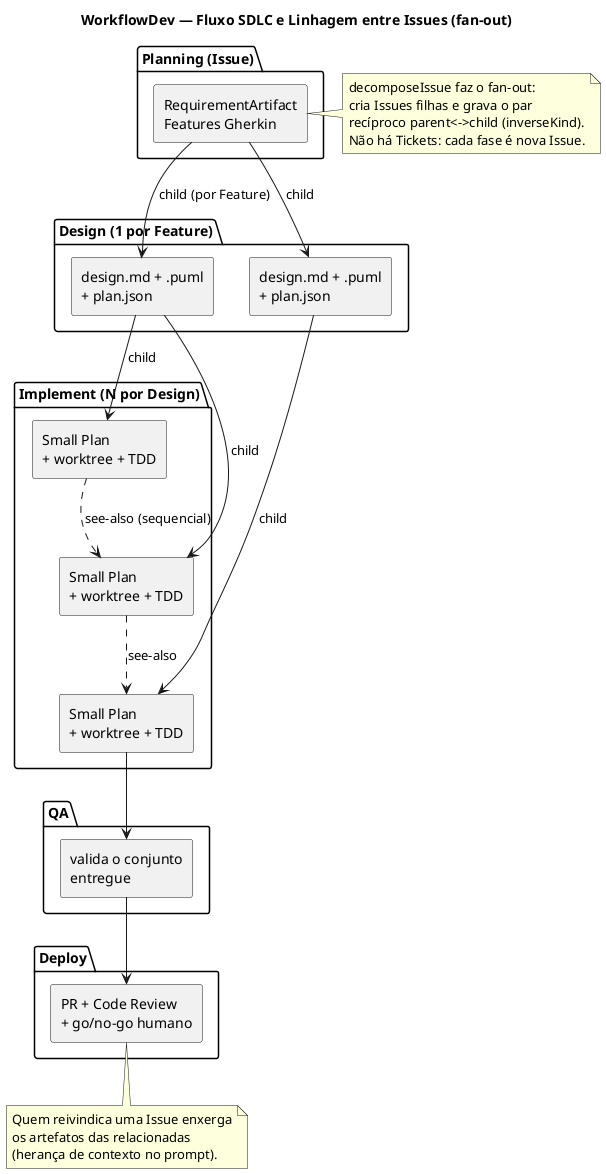
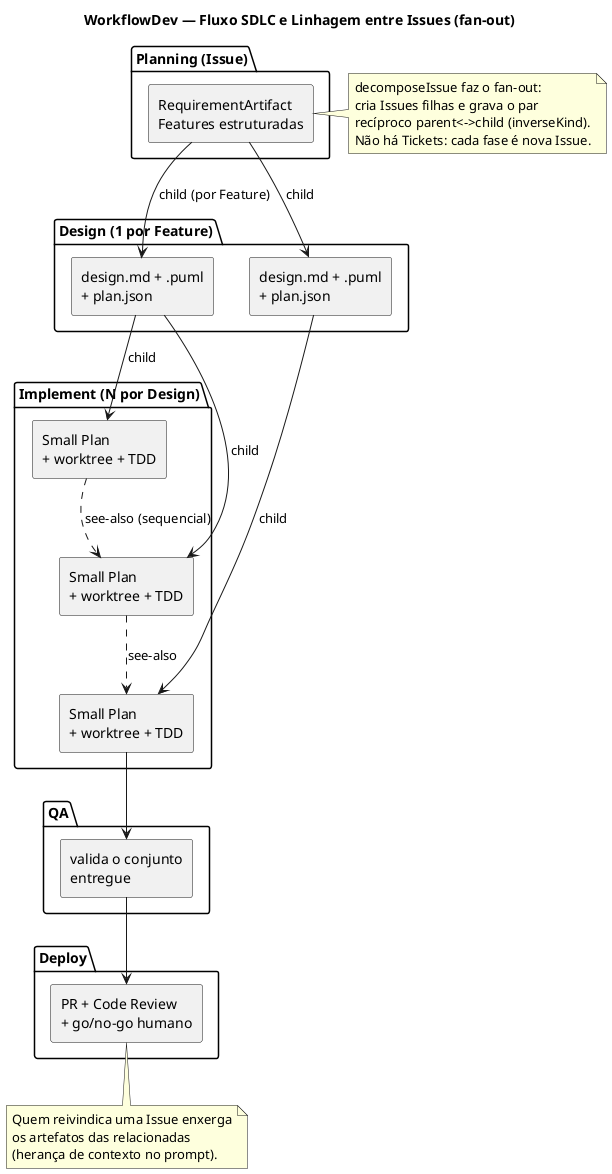
@startuml sdlc-lineage
title WorkflowDev — Fluxo SDLC e Linhagem entre Issues (fan-out)

skinparam componentStyle rectangle
top to bottom direction

package "Planning (Issue)" {
-   [RequirementArtifact\nFeatures Gherkin] as P
+   [RequirementArtifact\nFeatures estruturadas] as P
}

package "Design (1 por Feature)" {
  [design.md + .puml\n+ plan.json] as D1
  [design.md + .puml\n+ plan.json] as D2
}

package "Implement (N por Design)" {
  [Small Plan\n+ worktree + TDD] as I1
  [Small Plan\n+ worktree + TDD] as I2
  [Small Plan\n+ worktree + TDD] as I3
}

package "QA" {
  [valida o conjunto\nentregue] as QAc
}

package "Deploy" {
  [PR + Code Review\n+ go/no-go humano] as DEP
}

P --> D1 : child (por Feature)
P --> D2 : child
D1 --> I1 : child
D1 --> I2 : child
D2 --> I3 : child
I1 ..> I2 : see-also (sequencial)
I2 ..> I3 : see-also
I3 --> QAc
QAc --> DEP

note right of P
  decomposeIssue faz o fan-out:
  cria Issues filhas e grava o par
  recíproco parent<->child (inverseKind).
  Não há Tickets: cada fase é nova Issue.
end note

note bottom of DEP
  Quem reivindica uma Issue enxerga
  os artefatos das relacionadas
  (herança de contexto no prompt).
end note
@enduml
